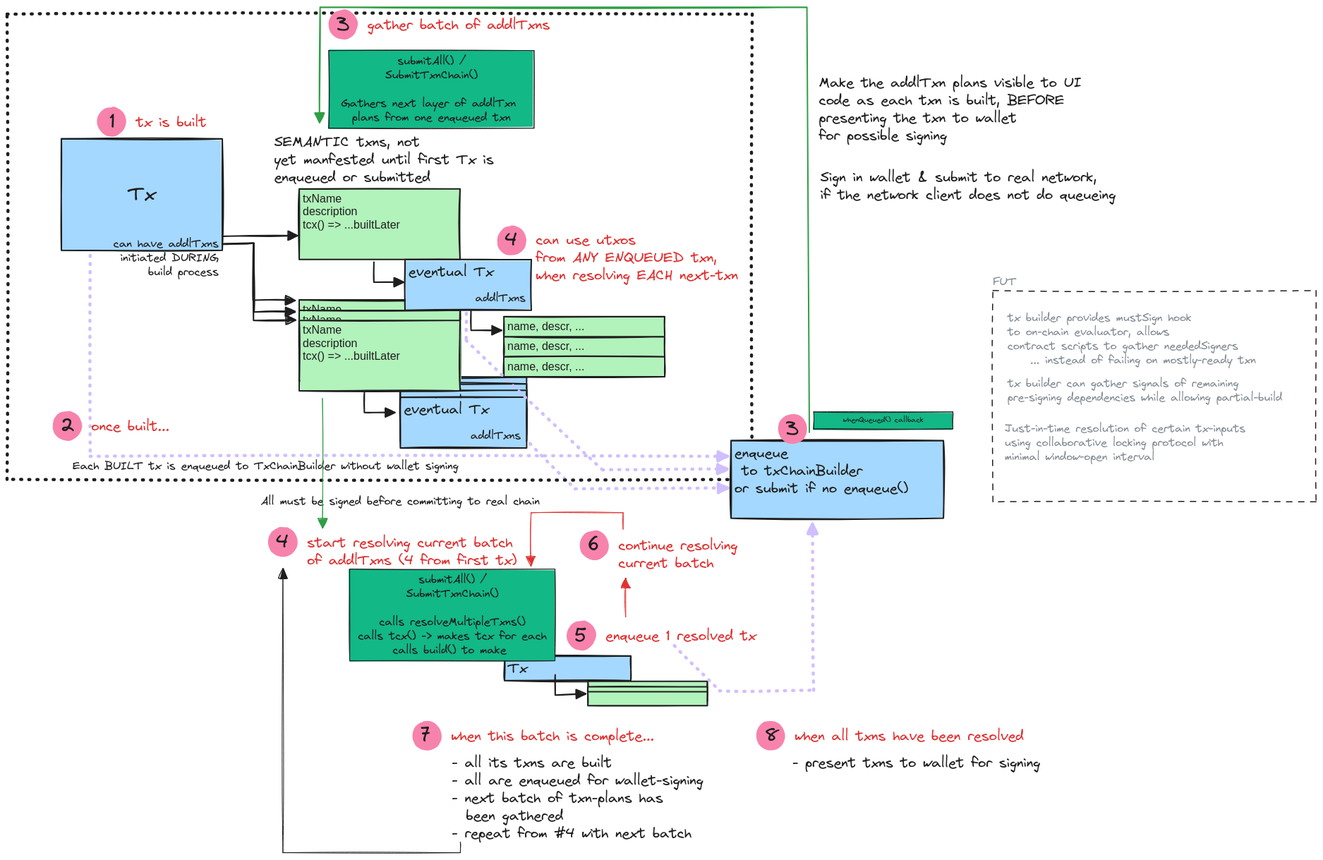
Earlier version of the Excalidraw export src/multiTxn.excalidraw.png (donecollectively/stellar-contracts). Source tidied: one line per element, renumbered; positions are measured from the earlier drawing's top-left corner, leaving out a move shared by most shapes.
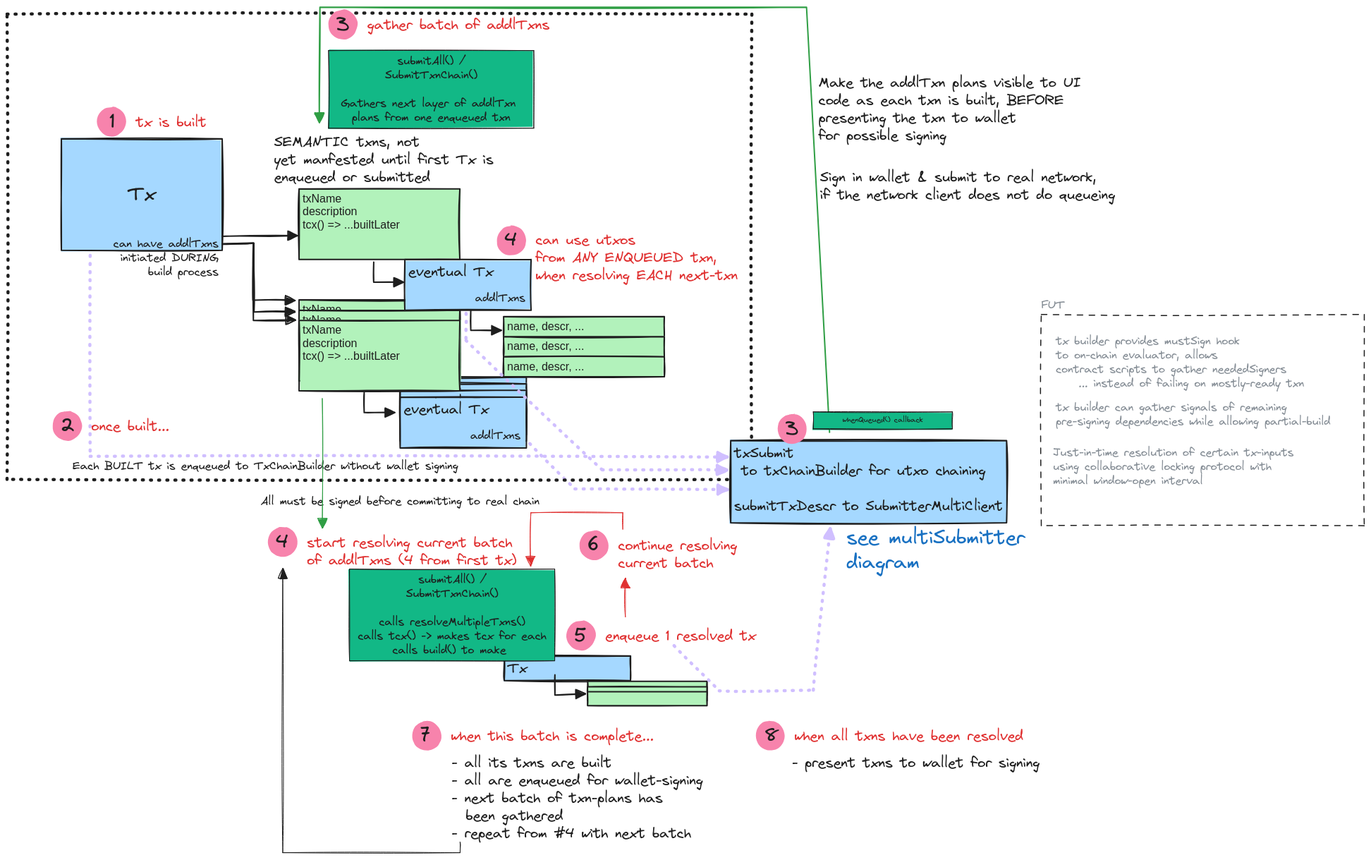
Later version of the same file.

Diff of the diagram source:
```diff
@@ -37,14 +37,14 @@
 {"id": 36, "type": "text", "text": "addlTxns", "strokeColor": "#1e1e1e", "backgroundColor": "#a5d8ff", "fillStyle": "solid", "strokeWidth": 2, "roughness": 1, "fontSize": 16, "fontFamily": 1, "textAlign": "right", "x": 664, "y": 449, "width": 71, "height": 20}
 {"id": 37, "type": "arrow", "strokeColor": "#1e1e1e", "backgroundColor": "#b2f2bb", "fillStyle": "solid", "strokeWidth": 2, "roughness": 1, "endArrowhead": "triangle", "from": 33, "to": 16, "x": 305, "y": 371, "width": 107, "height": 1, "points": [[0, 0], [107, -1]]}
 {"id": 38, "type": "arrow", "strokeColor": "#1e1e1e", "backgroundColor": "#b2f2bb", "fillStyle": "solid", "strokeWidth": 2, "roughness": 1, "endArrowhead": "triangle", "from": 33, "to": 20, "x": 307, "y": 382, "width": 102, "height": 81, "points": [[0, 0], [44, -1], [42, 79], [102, 80]]}
-{"id": 39, "type": "arrow", "strokeColor": "#2f9e44", "angle": 1.57, "backgroundColor": "#b2f2bb", "fillStyle": "solid", "strokeWidth": 2, "roughness": 1, "endArrowhead": "triangle", "from": 54, "to": 56, "x": 1051, "y": 0, "width": 603, "height": 694, "points": [[41, 0], [-562, 3], [-562, 693], [-399, 694]]}
+{"id": 39, "type": "arrow", "strokeColor": "#2f9e44", "angle": 1.57, "backgroundColor": "#b2f2bb", "fillStyle": "solid", "strokeWidth": 2, "roughness": 1, "endArrowhead": "triangle", "from": 54, "to": 56, "x": 1106, "y": -15, "width": 603, "height": 723, "points": [[0, 0], [-603, 33], [-603, 723], [-439, 723]]}
 {"id": 40, "type": "arrow", "strokeColor": "#1e1e1e", "backgroundColor": "#b2f2bb", "fillStyle": "solid", "strokeWidth": 2, "roughness": 1, "endArrowhead": "triangle", "from": 33, "to": 22, "x": 305, "y": 382, "width": 103, "height": 98, "points": [[0, 0], [44, -1], [45, 96], [103, 96]]}
 {"id": 41, "type": "arrow", "strokeColor": "#1e1e1e", "backgroundColor": "#b2f2bb", "fillStyle": "solid", "strokeWidth": 2, "roughness": 1, "endArrowhead": "triangle", "from": 33, "to": 22, "x": 307, "y": 381, "width": 102, "height": 110, "points": [[0, 0], [42, -1], [42, 109], [102, 108]]}
 {"id": 42, "type": "arrow", "strokeColor": "#1e1e1e", "backgroundColor": "#b2f2bb", "fillStyle": "solid", "strokeWidth": 2, "roughness": 1, "endArrowhead": "triangle", "from": 16, "to": 34, "x": 520, "y": 407, "width": 42, "height": 29, "points": [[0, 0], [0, 29], [42, 29]]}
-{"id": 43, "type": "arrow", "strokeColor": "#d0bfff", "backgroundColor": "#b2f2bb", "fillStyle": "solid", "strokeWidth": 4, "strokeStyle": "dotted", "roughness": 1, "endArrowhead": "triangle", "from": 14, "to": 54, "x": 118, "y": 398, "width": 903, "height": 285, "points": [[0, 0], [0, 285], [903, 285]]}
+{"id": 43, "type": "arrow", "strokeColor": "#d0bfff", "backgroundColor": "#b2f2bb", "fillStyle": "solid", "strokeWidth": 4, "strokeStyle": "dotted", "roughness": 1, "endArrowhead": "triangle", "from": 14, "to": 54, "x": 118, "y": 398, "width": 903, "height": 286, "points": [[0, 0], [0, 285], [903, 286]]}
-{"id": 44, "type": "arrow", "strokeColor": "#d0bfff", "backgroundColor": "#b2f2bb", "fillStyle": "solid", "strokeWidth": 4, "strokeStyle": "dotted", "roughness": 1, "endArrowhead": "triangle", "from": 11, "to": 54, "x": 741, "y": 665, "width": 280, "height": 64, "points": [[0, 0], [64, 64], [280, 63]]}
+{"id": 44, "type": "arrow", "strokeColor": "#d0bfff", "backgroundColor": "#b2f2bb", "fillStyle": "solid", "strokeWidth": 4, "strokeStyle": "dotted", "roughness": 1, "endArrowhead": "triangle", "from": 11, "to": 54, "x": 741, "y": 665, "width": 280, "height": 65, "points": [[0, 0], [64, 64], [280, 65]]}
-{"id": 45, "type": "arrow", "strokeColor": "#d0bfff", "backgroundColor": "#b2f2bb", "fillStyle": "solid", "strokeWidth": 4, "strokeStyle": "dotted", "roughness": 1, "endArrowhead": "triangle", "from": 88, "to": 54, "x": 946, "y": 951, "width": 197, "height": 236, "points": [[0, 0], [64, 64], [197, 63], [196, -172]]}
+{"id": 45, "type": "arrow", "strokeColor": "#d0bfff", "backgroundColor": "#b2f2bb", "fillStyle": "solid", "strokeWidth": 4, "strokeStyle": "dotted", "roughness": 1, "endArrowhead": "triangle", "from": 88, "to": 54, "x": 946, "y": 951, "width": 221, "height": 230, "points": [[0, 0], [64, 64], [197, 63], [221, -166]]}
-{"id": 46, "type": "arrow", "strokeColor": "#d0bfff", "backgroundColor": "#b2f2bb", "fillStyle": "solid", "strokeWidth": 4, "strokeStyle": "dotted", "roughness": 1, "endArrowhead": "triangle", "from": 36, "to": 54, "x": 651, "y": 480, "width": 370, "height": 222, "points": [[0, 0], [0, 39], [193, 222], [370, 221]]}
+{"id": 46, "type": "arrow", "strokeColor": "#d0bfff", "backgroundColor": "#b2f2bb", "fillStyle": "solid", "strokeWidth": 4, "strokeStyle": "dotted", "roughness": 1, "endArrowhead": "triangle", "from": 36, "to": 54, "x": 651, "y": 480, "width": 370, "height": 222, "points": [[0, 0], [0, 39], [193, 222], [370, 222]]}
 {"id": 47, "type": "arrow", "strokeColor": "#1e1e1e", "backgroundColor": "#b2f2bb", "fillStyle": "solid", "strokeWidth": 2, "roughness": 1, "endArrowhead": "triangle", "from": 36, "to": 29, "x": 658, "y": 475, "width": 43, "height": 29, "points": [[0, 0], [0, 29], [43, 28]]}
 {"id": 48, "type": "arrow", "strokeColor": "#1e1e1e", "backgroundColor": "#b2f2bb", "fillStyle": "solid", "strokeWidth": 2, "roughness": 1, "endArrowhead": "triangle", "from": 60, "to": 26, "x": 777, "y": 992, "width": 43, "height": 29, "points": [[0, 0], [0, 29], [43, 27]]}
 {"id": 49, "type": "arrow", "strokeColor": "#1e1e1e", "backgroundColor": "#b2f2bb", "fillStyle": "solid", "strokeWidth": 2, "roughness": 1, "endArrowhead": "triangle", "from": 22, "to": 9, "x": 506, "y": 592, "width": 43, "height": 29, "points": [[0, 0], [0, 29], [43, 28]]}
@@ -52,8 +52,8 @@
 {"id": 51, "type": "text", "text": "Each BUILT tx is enqueued to TxChainBuilder without wallet signing ", "strokeColor": "#1e1e1e", "backgroundColor": "#b2f2bb", "fillStyle": "solid", "strokeWidth": 2, "roughness": 1, "fontSize": 16, "fontFamily": 1, "x": 93, "y": 686, "width": 555, "height": 20}
 {"id": 52, "type": "text", "text": "All must be signed before committing to real chain", "strokeColor": "#1e1e1e", "backgroundColor": "#b2f2bb", "fillStyle": "solid", "strokeWidth": 2, "roughness": 1, "fontSize": 16, "fontFamily": 1, "x": 360, "y": 737, "width": 395, "height": 20}
 {"id": 53, "type": "rectangle", "strokeColor": "#1e1e1e", "strokeWidth": 4, "strokeStyle": "dotted", "roughness": 1, "x": 0, "y": 56, "width": 1056, "height": 659}
-{"id": 54, "type": "rectangle", "strokeColor": "#1e1e1e", "backgroundColor": "#a5d8ff", "fillStyle": "solid", "strokeWidth": 2, "roughness": 1, "x": 1026, "y": 660, "width": 301, "height": 110}
+{"id": 54, "type": "rectangle", "strokeColor": "#1e1e1e", "backgroundColor": "#a5d8ff", "fillStyle": "solid", "strokeWidth": 2, "roughness": 1, "x": 1026, "y": 660, "width": 391, "height": 117}
-{"id": 55, "type": "text", "text": "enqueue\n to txChainBuilder\nor submit if no enqueue()", "strokeColor": "#1e1e1e", "backgroundColor": "#a5d8ff", "fillStyle": "solid", "strokeWidth": 2, "roughness": 1, "fontSize": 20, "fontFamily": 1, "inside": 54, "x": 1031, "y": 665, "width": 246, "height": 75}
+{"id": 55, "type": "text", "text": "txSubmit\n to txChainBuilder for utxo chaining\n\nsubmitTxDescr to SubmitterMultiClient", "strokeColor": "#1e1e1e", "backgroundColor": "#a5d8ff", "fillStyle": "solid", "strokeWidth": 2, "roughness": 1, "fontSize": 20, "fontFamily": 1, "inside": 54, "x": 1031, "y": 665, "width": 381, "height": 100}
 {"id": 56, "type": "rectangle", "strokeColor": "#1e1e1e", "backgroundColor": "#12b886", "fillStyle": "solid", "strokeWidth": 1, "roughness": 1, "x": 456, "y": 107, "width": 291, "height": 110}
 {"id": 57, "type": "text", "text": "submitAll() /\nSubmitTxnChain()\n\nGathers next layer of addlTxn \nplans from one enqueued txn", "strokeColor": "#1e1e1e", "strokeWidth": 4, "strokeStyle": "dotted", "roughness": 1, "fontSize": 16, "fontFamily": 1, "textAlign": "center", "verticalAlign": "middle", "inside": 56, "x": 473, "y": 112, "width": 256, "height": 100}
 {"id": 58, "type": "rectangle", "strokeColor": "#1e1e1e", "backgroundColor": "#12b886", "fillStyle": "solid", "strokeWidth": 1, "roughness": 1, "x": 1143, "y": 620, "width": 197, "height": 24}
@@ -102,13 +102,14 @@
 {"id": 101, "type": "arrow", "strokeColor": "#e03131", "backgroundColor": "#f783ac", "fillStyle": "solid", "strokeWidth": 1, "roughness": 1, "endArrowhead": "triangle", "from": 92, "to": 60, "x": 873, "y": 786, "width": 131, "height": 76, "points": [[0, 0], [0, -23], [-130, -23], [-131, 52]]}
 {"id": 102, "type": "text", "text": "- all its txns are built\n- all are enqueued for wallet-signing\n- next batch of txn-plans has\n  been gathered\n- repeat from #4 with next batch", "strokeColor": "#1e1e1e", "backgroundColor": "#f783ac", "fillStyle": "solid", "strokeWidth": 1, "roughness": 1, "fontSize": 20, "fontFamily": 1, "x": 630, "y": 1104, "width": 356, "height": 125}
 {"id": 103, "type": "text", "text": "- present txns to wallet for signing", "strokeColor": "#1e1e1e", "backgroundColor": "#f783ac", "fillStyle": "solid", "strokeWidth": 1, "roughness": 1, "fontSize": 20, "fontFamily": 1, "x": 1113, "y": 1104, "width": 351, "height": 25}
+{"id": 114, "type": "text", "text": "see multiSubmitter\ndiagram", "strokeColor": "#1971c2", "backgroundColor": "#f783ac", "fillStyle": "solid", "strokeWidth": 1, "roughness": 1, "fontSize": 28, "fontFamily": 1, "x": 1191, "y": 781, "width": 253, "height": 70}
 {"id": 104, "type": "arrow", "strokeColor": "#1e1e1e", "backgroundColor": "#f783ac", "fillStyle": "solid", "strokeWidth": 1, "roughness": 1, "endArrowhead": "triangle", "x": 642, "y": 1229, "width": 251, "height": 403, "points": [[0, 0], [0, 15], [-251, 15], [-251, -388]]}
 {"id": 105, "type": "text", "text": "Make the addlTxn plans visible to UI\ncode as each txn is built, BEFORE\npresenting the txn to wallet\nfor possible signing", "strokeColor": "#1e1e1e", "backgroundColor": "#f783ac", "fillStyle": "solid", "strokeWidth": 1, "roughness": 1, "fontSize": 20, "fontFamily": 1, "x": 1151, "y": 141, "width": 372, "height": 100}
 {"id": 106, "type": "text", "text": "Sign in wallet & submit to real network,\nif the network client does not do queueing", "strokeColor": "#1e1e1e", "backgroundColor": "#f783ac", "fillStyle": "solid", "strokeWidth": 1, "roughness": 1, "fontSize": 20, "fontFamily": 1, "x": 1153, "y": 274, "width": 418, "height": 50}
-{"id": 107, "type": "text", "text": "tx builder provides mustSign hook\nto on-chain evaluator, allows \ncontract scripts to gather neededSigners\n    ... instead of failing on mostly-ready txn", "strokeColor": "#868e96", "backgroundColor": "#f783ac", "fillStyle": "solid", "strokeWidth": 1, "roughness": 1, "fontSize": 16, "fontFamily": 1, "x": 1418, "y": 476, "width": 352, "height": 80}
+{"id": 107, "type": "text", "text": "tx builder provides mustSign hook\nto on-chain evaluator, allows \ncontract scripts to gather neededSigners\n    ... instead of failing on mostly-ready txn", "strokeColor": "#868e96", "backgroundColor": "#f783ac", "fillStyle": "solid", "strokeWidth": 1, "roughness": 1, "fontSize": 16, "fontFamily": 1, "x": 1487, "y": 510, "width": 352, "height": 80}
-{"id": 108, "type": "text", "text": "tx builder can gather signals of remaining\npre-signing dependencies while allowing partial-build", "strokeColor": "#868e96", "backgroundColor": "#f783ac", "fillStyle": "solid", "strokeWidth": 1, "roughness": 1, "fontSize": 16, "fontFamily": 1, "x": 1418, "y": 570, "width": 389, "height": 40}
+{"id": 108, "type": "text", "text": "tx builder can gather signals of remaining\npre-signing dependencies while allowing partial-build", "strokeColor": "#868e96", "backgroundColor": "#f783ac", "fillStyle": "solid", "strokeWidth": 1, "roughness": 1, "fontSize": 16, "fontFamily": 1, "x": 1487, "y": 604, "width": 389, "height": 40}
-{"id": 109, "type": "text", "text": "Just-in-time resolution of certain tx-inputs\nusing collaborative locking protocol with \nminimal window-open interval", "strokeColor": "#868e96", "backgroundColor": "#f783ac", "fillStyle": "solid", "strokeWidth": 1, "roughness": 1, "fontSize": 16, "fontFamily": 1, "x": 1414, "y": 634, "width": 341, "height": 60}
+{"id": 109, "type": "text", "text": "Just-in-time resolution of certain tx-inputs\nusing collaborative locking protocol with \nminimal window-open interval", "strokeColor": "#868e96", "backgroundColor": "#f783ac", "fillStyle": "solid", "strokeWidth": 1, "roughness": 1, "fontSize": 16, "fontFamily": 1, "x": 1483, "y": 668, "width": 341, "height": 60}
-{"id": 110, "type": "rectangle", "strokeColor": "#1e1e1e", "strokeWidth": 1, "strokeStyle": "dashed", "roughness": 1, "x": 1397, "y": 448, "width": 458, "height": 299}
+{"id": 110, "type": "rectangle", "strokeColor": "#1e1e1e", "strokeWidth": 1, "strokeStyle": "dashed", "roughness": 1, "x": 1467, "y": 481, "width": 458, "height": 299}
-{"id": 111, "type": "text", "text": "FUT", "strokeColor": "#868e96", "backgroundColor": "#f783ac", "fillStyle": "solid", "strokeWidth": 1, "roughness": 1, "fontSize": 16, "fontFamily": 1, "x": 1397, "y": 425, "width": 33, "height": 20}
+{"id": 111, "type": "text", "text": "FUT", "strokeColor": "#868e96", "backgroundColor": "#f783ac", "fillStyle": "solid", "strokeWidth": 1, "roughness": 1, "fontSize": 16, "fontFamily": 1, "x": 1467, "y": 459, "width": 33, "height": 20}
 {"id": 112, "type": "arrow", "strokeColor": "#e03131", "strokeWidth": 1, "roughness": 1, "endArrowhead": "triangle", "from": 88, "to": 92, "x": 877, "y": 910, "width": 0, "height": 55, "points": [[0, 0], [0, -55]]}
 {"id": 113, "type": "arrow", "strokeColor": "#2f9e44", "strokeWidth": 1, "roughness": 1, "endArrowhead": "triangle", "from": 22, "to": 80, "x": 447, "y": 601, "width": 0, "height": 184, "points": [[0, 0], [0, 184]]}
```
